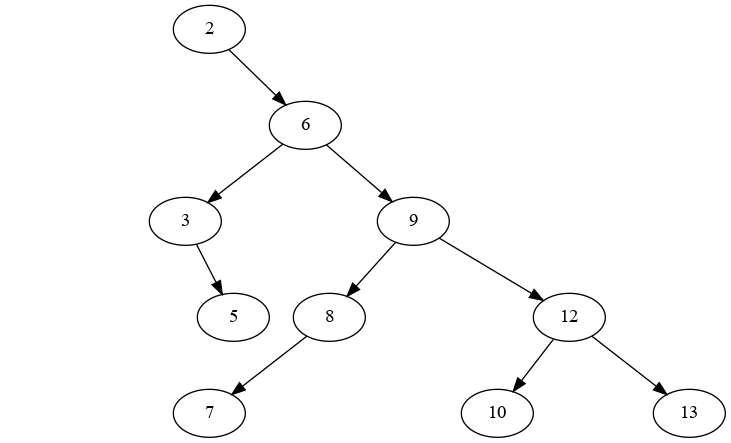
Before: docs/mp2i/Colles/temp.png, a diagram exported from Graphviz (fabricenativel/cpge-info). Its source is kept beside it as docs/mp2i/Colles/temp.gv.
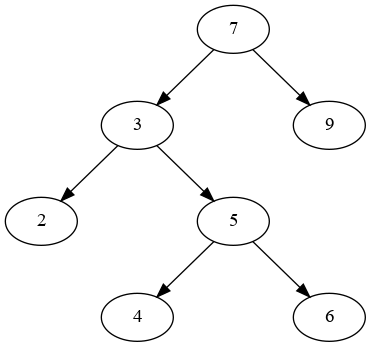
Above is the later version.

Change to the diagram source:
```diff
@@ -1,29 +1,14 @@
 digraph mygraph {
+7 -> 3
 I0 [style=invis]
- 2 -> I0 [style=invis]
+ 7 -> I0 [style=invis]
+7 -> 9
+3 -> 2
 I1 [style=invis]
- 2 -> I1 [style=invis]
-2 -> 6
-6 -> 3
+ 3 -> I1 [style=invis]
+3 -> 5
+5 -> 4
 I2 [style=invis]
- 6 -> I2 [style=invis]
-6 -> 9
-I3 [style=invis]
- 3 -> I3 [style=invis]
-I4 [style=invis]
- 3 -> I4 [style=invis]
-3 -> 5
-9 -> 8
-I5 [style=invis]
- 9 -> I5 [style=invis]
-9 -> 12
-8 -> 7
-I6 [style=invis]
- 8 -> I6 [style=invis]
-I7 [style=invis]
- 8 -> I7 [style=invis]
-12 -> 10
-I8 [style=invis]
- 12 -> I8 [style=invis]
-12 -> 13
+ 5 -> I2 [style=invis]
+5 -> 6
 }
```
